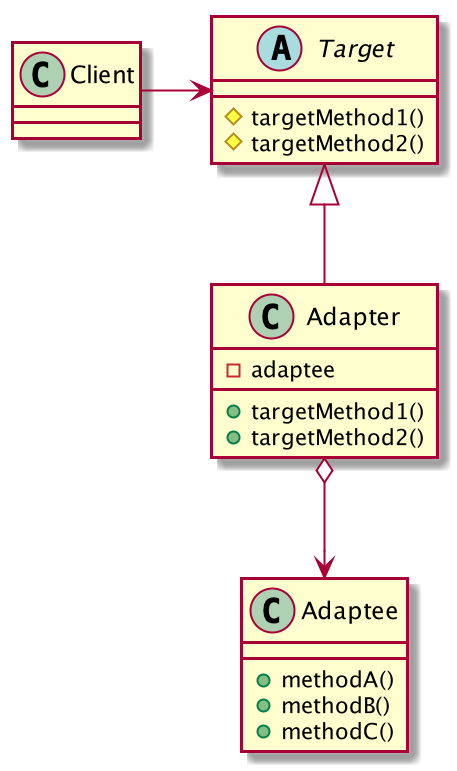
This is assets/post/designpattern/Adapter2.png from jsyang-dev/jsyang-dev.github.io, a PlantUML export, as it was before one commit.
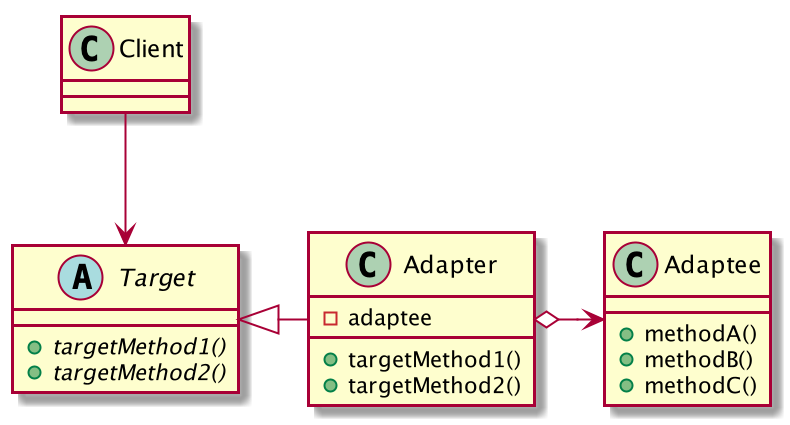
Later version of the same file.

The edit, as a diff of the source:
```diff
@@ -3,8 +3,8 @@
 class Client {
 }
 abstract class Target {
-    #targetMethod1()
-    #targetMethod2()
+    +{abstract} targetMethod1()
+    +{abstract} targetMethod2()
 }
 class Adapter {
     -adaptee
@@ -17,8 +17,8 @@
     +methodC()
 }
 
-Client -> Target
-Target <|-- Adapter
-Adapter o--> Adaptee
+Client --> Target
+Target <|- Adapter
+Adapter o-> Adaptee
 
 @enduml
```
